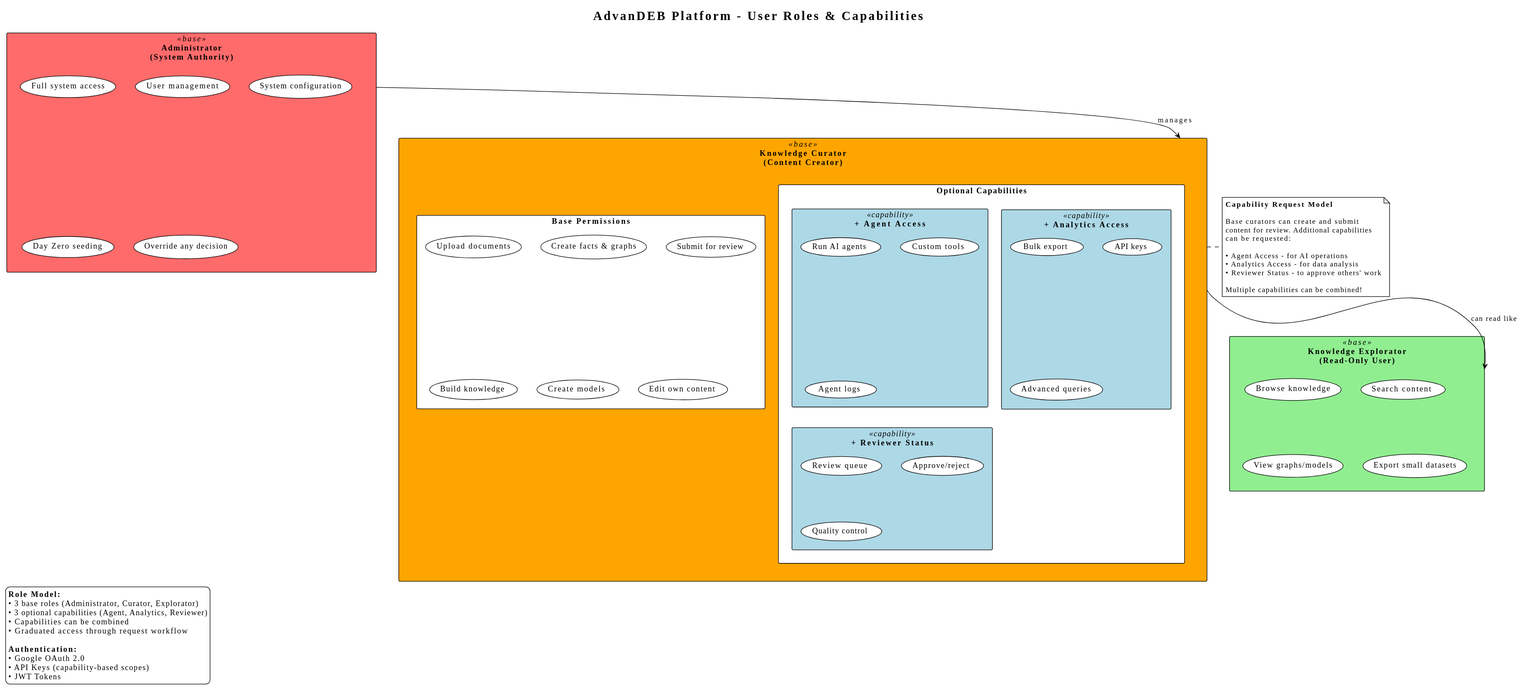
Above: docs/diagrams/roles-overview.svg in AdvanDEB/advandeb (PlantUML), before the change.
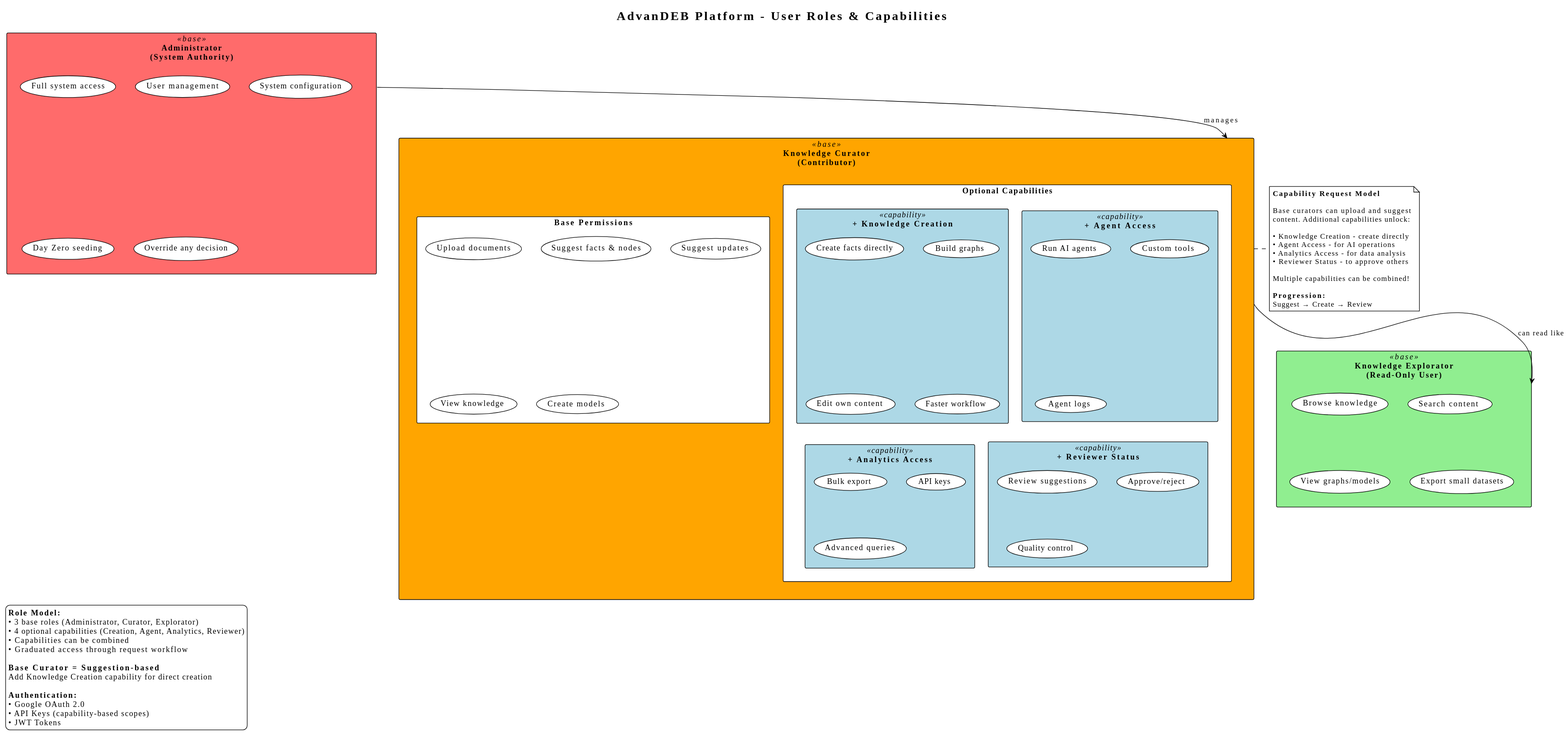
Above is the later version.

Commit message:
Update role diagrams to reflect revised curator permissions

The edit, as a diff of the source:
```diff
@@ -17,17 +17,23 @@
     (Override any decision)
 }
 
-rectangle "**Knowledge Curator**\n(Content Creator)" as Curator <<base>> #FFA500 {
+rectangle "**Knowledge Curator**\n(Contributor)" as Curator <<base>> #FFA500 {
     rectangle "Base Permissions" as CuratorBase {
         (Upload documents)
-        (Create facts & graphs)
-        (Submit for review)
-        (Build knowledge)
+        (Suggest facts & nodes)
+        (Suggest updates)
+        (View knowledge)
         (Create models)
-        (Edit own content)
     }
 
     rectangle "Optional Capabilities" as Caps {
+        rectangle "**+ Knowledge Creation**" as CreationCap <<capability>> {
+            (Create facts directly)
+            (Build graphs)
+            (Edit own content)
+            (Faster workflow)
+        }
+
         rectangle "**+ Agent Access**" as AgentCap <<capability>> {
             (Run AI agents)
             (Custom tools)
@@ -41,7 +47,7 @@
         }
 
         rectangle "**+ Reviewer Status**" as ReviewerCap <<capability>> {
-            (Review queue)
+            (Review suggestions)
             (Approve/reject)
             (Quality control)
         }
@@ -61,23 +67,29 @@
 note right of Curator
     **Capability Request Model**
 
-    Base curators can create and submit
-    content for review. Additional capabilities
-    can be requested:
+    Base curators can upload and suggest
+    content. Additional capabilities unlock:
 
+    • Knowledge Creation - create directly
     • Agent Access - for AI operations
     • Analytics Access - for data analysis
-    • Reviewer Status - to approve others' work
+    • Reviewer Status - to approve others
 
     Multiple capabilities can be combined!
+
+    **Progression:**
+    Suggest → Create → Review
 end note
 
 legend left
     **Role Model:**
     • 3 base roles (Administrator, Curator, Explorator)
-    • 3 optional capabilities (Agent, Analytics, Reviewer)
+    • 4 optional capabilities (Creation, Agent, Analytics, Reviewer)
     • Capabilities can be combined
     • Graduated access through request workflow
+
+    **Base Curator = Suggestion-based**
+    Add Knowledge Creation capability for direct creation
 
     **Authentication:**
     • Google OAuth 2.0
```
